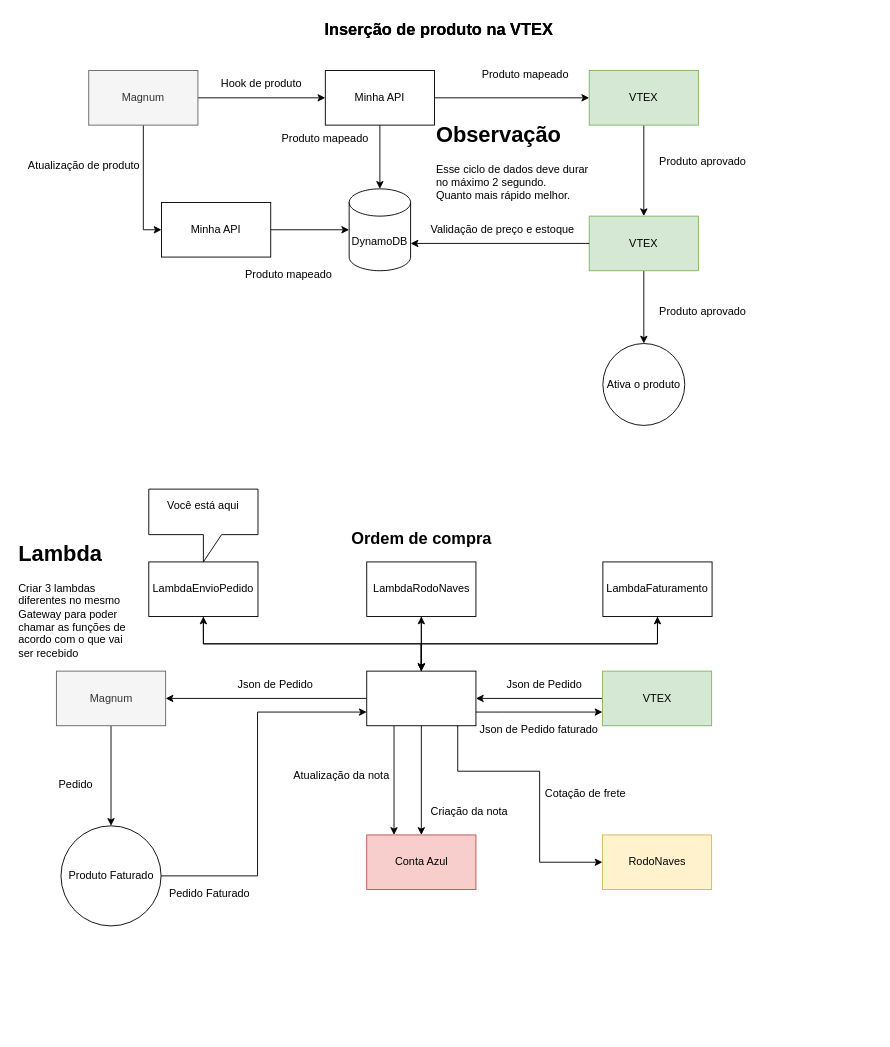
This is fluxo-tech-magnum.drawio from GustavoOliveira11/flowcharts, a draw.io file, before an edit. Source tidied: cells renumbered, new cells numbered last; positions are measured from the earlier drawing's top-left corner, leaving out a move shared by most shapes. Both pictures are drawn from the tidied source at 91%, with x=0, y=0 at pixel (15, 15).
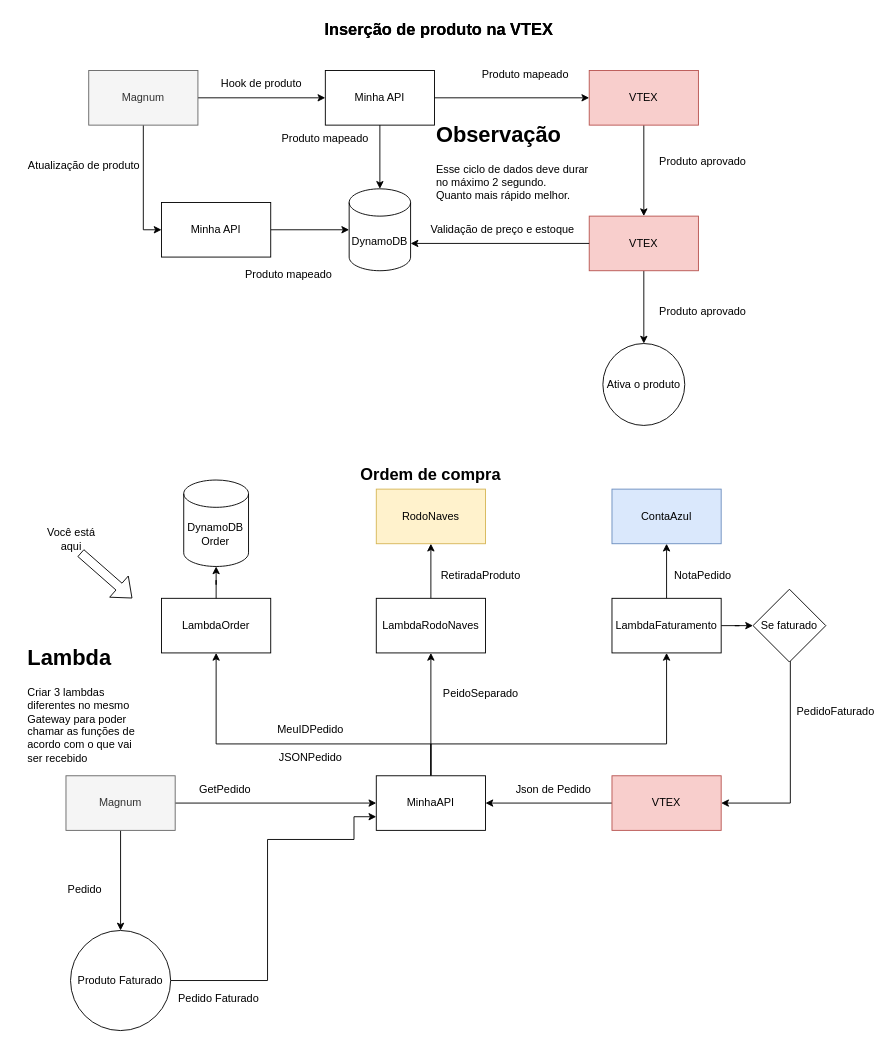
After the change.

The edit, as a diff of the source:
```diff
@@
-    <mxCell id="9" value="VTEX" style="rounded=0;whiteSpace=wrap;html=1;fillColor=#d5e8d4;strokeColor=#82b366;" parent="1" vertex="1">
+    <mxCell id="9" value="VTEX" style="rounded=0;whiteSpace=wrap;html=1;fillColor=#f8cecc;strokeColor=#b85450;" parent="1" vertex="1">
       <mxGeometry x="630" y="60" width="120" height="60" as="geometry" />
     </mxCell>
@@
-    <mxCell id="13" value="VTEX" style="rounded=0;whiteSpace=wrap;html=1;fillColor=#d5e8d4;strokeColor=#82b366;" parent="1" vertex="1">
+    <mxCell id="13" value="VTEX" style="rounded=0;whiteSpace=wrap;html=1;fillColor=#f8cecc;strokeColor=#b85450;" parent="1" vertex="1">
       <mxGeometry x="630" y="220" width="120" height="60" as="geometry" />
     </mxCell>
@@
     <mxCell id="28" value="Ordem de compra" style="text;html=1;align=center;verticalAlign=middle;whiteSpace=wrap;rounded=0;fontSize=18;fontStyle=1;" parent="1" vertex="1">
-      <mxGeometry x="290.5" y="560" width="310" height="30" as="geometry" />
+      <mxGeometry x="301" y="490" width="310" height="30" as="geometry" />
     </mxCell>
@@
-    <mxCell id="30" value="VTEX" style="rounded=0;whiteSpace=wrap;html=1;fillColor=#d5e8d4;strokeColor=#82b366;" parent="1" vertex="1">
-      <mxGeometry x="644.5" y="720" width="120" height="60" as="geometry" />
+    <mxCell id="30" value="VTEX" style="rounded=0;whiteSpace=wrap;html=1;fillColor=#f8cecc;strokeColor=#b85450;" parent="1" vertex="1">
+      <mxGeometry x="655" y="835" width="120" height="60" as="geometry" />
     </mxCell>
-    <mxCell id="31" style="edgeStyle=orthogonalEdgeStyle;rounded=0;jettySize=auto;html=1;entryX=1;entryY=0.5;entryDx=0;entryDy=0;" parent="1" edge="1" source="39" target="41">
-      <mxGeometry relative="1" as="geometry" />
-    </mxCell>
-    <mxCell id="32" style="edgeStyle=orthogonalEdgeStyle;rounded=0;jettySize=auto;html=1;entryX=0.5;entryY=0;entryDx=0;entryDy=0;" parent="1" edge="1" source="39" target="43">
-      <mxGeometry relative="1" as="geometry" />
-    </mxCell>
-    <mxCell id="33" style="edgeStyle=orthogonalEdgeStyle;rounded=0;jettySize=auto;html=1;entryX=0;entryY=0.5;entryDx=0;entryDy=0;exitX=0.825;exitY=1;exitDx=0;exitDy=0;exitPerimeter=0;" parent="1" edge="1" source="39" target="46">
-      <mxGeometry relative="1" as="geometry">
-        <Array as="points">
-          <mxPoint x="485.5" y="780" />
-          <mxPoint x="485.5" y="830" />
-          <mxPoint x="575.5" y="830" />
-          <mxPoint x="575.5" y="930" />
-        </Array>
-      </mxGeometry>
-    </mxCell>
-    <mxCell id="34" style="edgeStyle=orthogonalEdgeStyle;rounded=0;jettySize=auto;html=1;entryX=0.25;entryY=0;entryDx=0;entryDy=0;" parent="1" edge="1" source="39" target="43">
-      <mxGeometry relative="1" as="geometry">
-        <Array as="points">
-          <mxPoint x="415.5" y="810" />
-          <mxPoint x="415.5" y="810" />
-        </Array>
-      </mxGeometry>
-    </mxCell>
-    <mxCell id="35" style="edgeStyle=orthogonalEdgeStyle;rounded=0;jettySize=auto;html=1;entryX=0;entryY=0.75;entryDx=0;entryDy=0;" parent="1" edge="1" source="39" target="30">
-      <mxGeometry relative="1" as="geometry">
-        <Array as="points">
-          <mxPoint x="535.5" y="765" />
-          <mxPoint x="535.5" y="765" />
-        </Array>
-      </mxGeometry>
-    </mxCell>
     <mxCell id="36" style="edgeStyle=orthogonalEdgeStyle;rounded=0;jettySize=auto;html=1;entryX=0.5;entryY=1;entryDx=0;entryDy=0;" parent="1" edge="1" source="39" target="59">
       <mxGeometry relative="1" as="geometry">
         <Array as="points">
-          <mxPoint x="446" y="690" />
-          <mxPoint x="705" y="690" />
+          <mxPoint x="456" y="800" />
+          <mxPoint x="715" y="800" />
         </Array>
       </mxGeometry>
     </mxCell>
@@
     <mxCell id="38" style="edgeStyle=orthogonalEdgeStyle;rounded=0;jettySize=auto;html=1;entryX=0.5;entryY=1;entryDx=0;entryDy=0;" parent="1" edge="1" source="39" target="55">
       <mxGeometry relative="1" as="geometry">
         <Array as="points">
-          <mxPoint x="446" y="690" />
-          <mxPoint x="206" y="690" />
+          <mxPoint x="456" y="800" />
+          <mxPoint x="220" y="800" />
         </Array>
       </mxGeometry>
     </mxCell>
-    <mxCell id="39" value=" " style="rounded=0;whiteSpace=wrap;html=1;" parent="1" vertex="1">
-      <mxGeometry x="385.5" y="720" width="120" height="60" as="geometry" />
+    <mxCell id="39" value="MinhaAPI" style="rounded=0;whiteSpace=wrap;html=1;" parent="1" vertex="1">
+      <mxGeometry x="396" y="835" width="120" height="60" as="geometry" />
     </mxCell>
@@
+    <mxCell id="62" style="edgeStyle=orthogonalEdgeStyle;rounded=0;jettySize=auto;html=1;entryX=0;entryY=0.5;entryDx=0;entryDy=0;" parent="1" edge="1" source="41" target="39">
+      <mxGeometry relative="1" as="geometry" />
+    </mxCell>
     <mxCell id="41" value="Magnum" style="rounded=0;whiteSpace=wrap;html=1;fillColor=#f5f5f5;fontColor=#333333;strokeColor=#666666;" parent="1" vertex="1">
-      <mxGeometry x="44.5" y="720" width="120" height="60" as="geometry" />
+      <mxGeometry x="55" y="835" width="120" height="60" as="geometry" />
     </mxCell>
     <mxCell id="42" value="Json de Pedido" style="text;html=1;align=center;verticalAlign=middle;whiteSpace=wrap;rounded=0;" parent="1" vertex="1">
-      <mxGeometry x="535.5" y="720" width="90" height="30" as="geometry" />
+      <mxGeometry x="546" y="835" width="90" height="30" as="geometry" />
     </mxCell>
-    <mxCell id="43" value="Conta Azul" style="rounded=0;whiteSpace=wrap;html=1;fillColor=#f8cecc;strokeColor=#b85450;" parent="1" vertex="1">
-      <mxGeometry x="385.5" y="900" width="120" height="60" as="geometry" />
-    </mxCell>
     <mxCell id="44" style="edgeStyle=orthogonalEdgeStyle;rounded=0;jettySize=auto;html=1;entryX=0;entryY=0.75;entryDx=0;entryDy=0;" parent="1" edge="1" source="45" target="39">
       <mxGeometry relative="1" as="geometry">
         <Array as="points">
-          <mxPoint x="265.5" y="945" />
-          <mxPoint x="265.5" y="765" />
+          <mxPoint x="276.5" y="1060" />
+          <mxPoint x="276.5" y="905" />
+          <mxPoint x="371.5" y="905" />
+          <mxPoint x="371.5" y="880" />
         </Array>
       </mxGeometry>
     </mxCell>
     <mxCell id="45" value="Produto Faturado" style="ellipse;whiteSpace=wrap;html=1;" parent="1" vertex="1">
-      <mxGeometry x="49.5" y="890" width="110" height="110" as="geometry" />
+      <mxGeometry x="60" y="1005" width="110" height="110" as="geometry" />
     </mxCell>
-    <mxCell id="46" value="RodoNaves" style="rounded=0;whiteSpace=wrap;html=1;fillColor=#fff2cc;strokeColor=#d6b656;" parent="1" vertex="1">
-      <mxGeometry x="644.5" y="900" width="120" height="60" as="geometry" />
-    </mxCell>
-    <mxCell id="47" value="Json de Pedido faturado" style="text;html=1;align=center;verticalAlign=middle;whiteSpace=wrap;rounded=0;" parent="1" vertex="1">
-      <mxGeometry x="506.5" y="770" width="136" height="30" as="geometry" />
-    </mxCell>
-    <mxCell id="48" value="Cotação de frete" style="text;html=1;align=center;verticalAlign=middle;whiteSpace=wrap;rounded=0;" parent="1" vertex="1">
-      <mxGeometry x="565.5" y="840" width="120" height="30" as="geometry" />
-    </mxCell>
-    <mxCell id="49" value="Criação da nota" style="text;html=1;align=center;verticalAlign=middle;whiteSpace=wrap;rounded=0;" parent="1" vertex="1">
-      <mxGeometry x="448.2" y="860" width="101" height="30" as="geometry" />
-    </mxCell>
-    <mxCell id="50" value="Atualização da nota" style="text;html=1;align=center;verticalAlign=middle;whiteSpace=wrap;rounded=0;" parent="1" vertex="1">
-      <mxGeometry x="300.5" y="820" width="114" height="30" as="geometry" />
-    </mxCell>
     <mxCell id="51" value="Pedido Faturado" style="text;html=1;align=center;verticalAlign=middle;whiteSpace=wrap;rounded=0;" parent="1" vertex="1">
-      <mxGeometry x="159.5" y="950" width="106" height="30" as="geometry" />
+      <mxGeometry x="170" y="1065" width="106" height="30" as="geometry" />
     </mxCell>
-    <mxCell id="52" value="Json de Pedido" style="text;html=1;align=center;verticalAlign=middle;whiteSpace=wrap;rounded=0;" parent="1" vertex="1">
-      <mxGeometry x="235.5" y="720" width="99" height="30" as="geometry" />
-    </mxCell>
     <mxCell id="53" value="Pedido" style="text;html=1;align=center;verticalAlign=middle;whiteSpace=wrap;rounded=0;" parent="1" vertex="1">
-      <mxGeometry x="35.5" y="830" width="60" height="30" as="geometry" />
+      <mxGeometry x="46" y="945" width="60" height="30" as="geometry" />
     </mxCell>
-    <mxCell id="54" style="edgeStyle=orthogonalEdgeStyle;rounded=0;jettySize=auto;html=1;entryX=0.5;entryY=0;entryDx=0;entryDy=0;" parent="1" edge="1" source="55" target="39">
-      <mxGeometry relative="1" as="geometry">
-        <Array as="points">
-          <mxPoint x="206" y="690" />
-          <mxPoint x="446" y="690" />
-        </Array>
-      </mxGeometry>
-    </mxCell>
-    <mxCell id="55" value="LambdaEnvioPedido" style="rounded=0;whiteSpace=wrap;html=1;" parent="1" vertex="1">
-      <mxGeometry x="146" y="600" width="120" height="60" as="geometry" />
+    <mxCell id="55" value="LambdaOrder" style="rounded=0;whiteSpace=wrap;html=1;" parent="1" vertex="1">
+      <mxGeometry x="160" y="640" width="120" height="60" as="geometry" />
     </mxCell>
-    <mxCell id="56" style="edgeStyle=orthogonalEdgeStyle;rounded=0;jettySize=auto;html=1;entryX=0.5;entryY=0;entryDx=0;entryDy=0;" parent="1" edge="1" source="57" target="39">
-      <mxGeometry relative="1" as="geometry" />
-    </mxCell>
+    <mxCell id="63" style="edgeStyle=orthogonalEdgeStyle;rounded=0;jettySize=auto;html=1;entryX=0.5;entryY=1;entryDx=0;entryDy=0;" parent="1" edge="1" source="57" target="46">
+      <mxGeometry relative="1" as="geometry" />
+    </mxCell>
     <mxCell id="57" value="LambdaRodoNaves" style="rounded=0;whiteSpace=wrap;html=1;" parent="1" vertex="1">
-      <mxGeometry x="385.5" y="600" width="120" height="60" as="geometry" />
+      <mxGeometry x="396" y="640" width="120" height="60" as="geometry" />
     </mxCell>
-    <mxCell id="58" style="edgeStyle=orthogonalEdgeStyle;rounded=0;jettySize=auto;html=1;entryX=0.5;entryY=0;entryDx=0;entryDy=0;" parent="1" edge="1" source="59" target="39">
-      <mxGeometry relative="1" as="geometry">
-        <Array as="points">
-          <mxPoint x="705" y="690" />
-          <mxPoint x="446" y="690" />
-        </Array>
-      </mxGeometry>
-    </mxCell>
+    <mxCell id="64" style="edgeStyle=orthogonalEdgeStyle;rounded=0;jettySize=auto;html=1;entryX=0.5;entryY=1;entryDx=0;entryDy=0;" parent="1" edge="1" source="59" target="71">
+      <mxGeometry relative="1" as="geometry" />
+    </mxCell>
+    <mxCell id="65" style="edgeStyle=orthogonalEdgeStyle;rounded=0;jettySize=auto;html=1;entryX=0;entryY=0.5;entryDx=0;entryDy=0;" parent="1" edge="1" source="59" target="74">
+      <mxGeometry relative="1" as="geometry" />
+    </mxCell>
     <mxCell id="59" value="LambdaFaturamento" style="rounded=0;whiteSpace=wrap;html=1;" parent="1" vertex="1">
-      <mxGeometry x="645" y="600" width="120" height="60" as="geometry" />
+      <mxGeometry x="655" y="640" width="120" height="60" as="geometry" />
     </mxCell>
     <mxCell id="60" value="&lt;h1 style=&quot;margin-top: 0px;&quot;&gt;Lambda&lt;/h1&gt;&lt;div&gt;Criar 3 lambdas diferentes no mesmo Gateway para poder chamar as funções de acordo com o que vai ser recebido&lt;/div&gt;" style="text;html=1;whiteSpace=wrap;overflow=hidden;rounded=0;" parent="1" vertex="1">
-      <mxGeometry x="0.5" y="570" width="130" height="140" as="geometry" />
+      <mxGeometry x="11" y="685" width="130" height="140" as="geometry" />
     </mxCell>
+    <mxCell id="66" value="DynamoDB&lt;div&gt;Order&lt;/div&gt;" style="shape=cylinder3;whiteSpace=wrap;html=1;boundedLbl=1;backgroundOutline=1;size=15;" parent="1" vertex="1">
+      <mxGeometry x="184.4" y="510" width="71.2" height="95" as="geometry" />
+    </mxCell>
+    <mxCell id="67" style="edgeStyle=orthogonalEdgeStyle;rounded=0;jettySize=auto;html=1;entryX=0.5;entryY=1;entryDx=0;entryDy=0;entryPerimeter=0;" parent="1" edge="1" source="55" target="66">
+      <mxGeometry relative="1" as="geometry" />
+    </mxCell>
+    <mxCell id="68" value="MeuIDPedido" style="text;html=1;align=center;verticalAlign=middle;whiteSpace=wrap;rounded=0;" parent="1" vertex="1">
+      <mxGeometry x="285.5" y="770" width="76" height="30" as="geometry" />
+    </mxCell>
+    <mxCell id="69" value="JSONPedido" style="text;html=1;align=center;verticalAlign=middle;whiteSpace=wrap;rounded=0;" parent="1" vertex="1">
+      <mxGeometry x="293.5" y="800" width="60" height="30" as="geometry" />
+    </mxCell>
+    <mxCell id="70" value="GetPedido" style="text;html=1;align=center;verticalAlign=middle;whiteSpace=wrap;rounded=0;" parent="1" vertex="1">
+      <mxGeometry x="200" y="835" width="60" height="30" as="geometry" />
+    </mxCell>
+    <mxCell id="71" value="ContaAzul" style="rounded=0;whiteSpace=wrap;html=1;fillColor=#dae8fc;strokeColor=#6c8ebf;" parent="1" vertex="1">
+      <mxGeometry x="655" y="520" width="120" height="60" as="geometry" />
+    </mxCell>
+    <mxCell id="72" value="NotaPedido" style="text;html=1;align=center;verticalAlign=middle;whiteSpace=wrap;rounded=0;" parent="1" vertex="1">
+      <mxGeometry x="725" y="600" width="60" height="30" as="geometry" />
+    </mxCell>
+    <mxCell id="73" style="edgeStyle=orthogonalEdgeStyle;rounded=0;jettySize=auto;html=1;entryX=1;entryY=0.5;entryDx=0;entryDy=0;" parent="1" edge="1" source="74" target="30">
+      <mxGeometry relative="1" as="geometry">
+        <Array as="points">
+          <mxPoint x="851" y="865" />
+        </Array>
+      </mxGeometry>
+    </mxCell>
+    <mxCell id="74" value="Se faturado" style="rhombus;whiteSpace=wrap;html=1;" parent="1" vertex="1">
+      <mxGeometry x="810" y="630" width="80" height="80" as="geometry" />
+    </mxCell>
+    <mxCell id="75" value="PedidoFaturado" style="text;html=1;align=center;verticalAlign=middle;whiteSpace=wrap;rounded=0;" parent="1" vertex="1">
+      <mxGeometry x="871" y="750" width="60" height="30" as="geometry" />
+    </mxCell>
+    <mxCell id="46" value="RodoNaves" style="rounded=0;whiteSpace=wrap;html=1;fillColor=#fff2cc;strokeColor=#d6b656;" parent="1" vertex="1">
+      <mxGeometry x="396" y="520" width="120" height="60" as="geometry" />
+    </mxCell>
+    <mxCell id="76" value="RetiradaProduto" style="text;html=1;align=center;verticalAlign=middle;whiteSpace=wrap;rounded=0;" parent="1" vertex="1">
+      <mxGeometry x="461" y="600" width="100" height="30" as="geometry" />
+    </mxCell>
+    <mxCell id="77" value="PeidoSeparado" style="text;html=1;align=center;verticalAlign=middle;whiteSpace=wrap;rounded=0;" parent="1" vertex="1">
+      <mxGeometry x="471" y="730" width="80" height="30" as="geometry" />
+    </mxCell>
+    <mxCell id="78" style="shape=flexArrow;endArrow=classic;html=1;rounded=0;" parent="1" edge="1">
+      <mxGeometry relative="1" as="geometry">
+        <mxPoint x="71" y="590" as="sourcePoint" />
+        <mxPoint x="127.9" y="640" as="targetPoint" />
+      </mxGeometry>
+    </mxCell>
-    <mxCell id="61" value="Você está aqui&lt;div&gt;&lt;br&gt;&lt;/div&gt;" style="shape=callout;whiteSpace=wrap;html=1;perimeter=calloutPerimeter;" parent="1" vertex="1">
-      <mxGeometry x="146" y="520" width="120" height="80" as="geometry" />
+    <mxCell id="61" value="Você está aqui" style="text;html=1;align=center;verticalAlign=middle;whiteSpace=wrap;rounded=0;" parent="1" vertex="1">
+      <mxGeometry x="31" y="560" width="60" height="30" as="geometry" />
     </mxCell>
```
